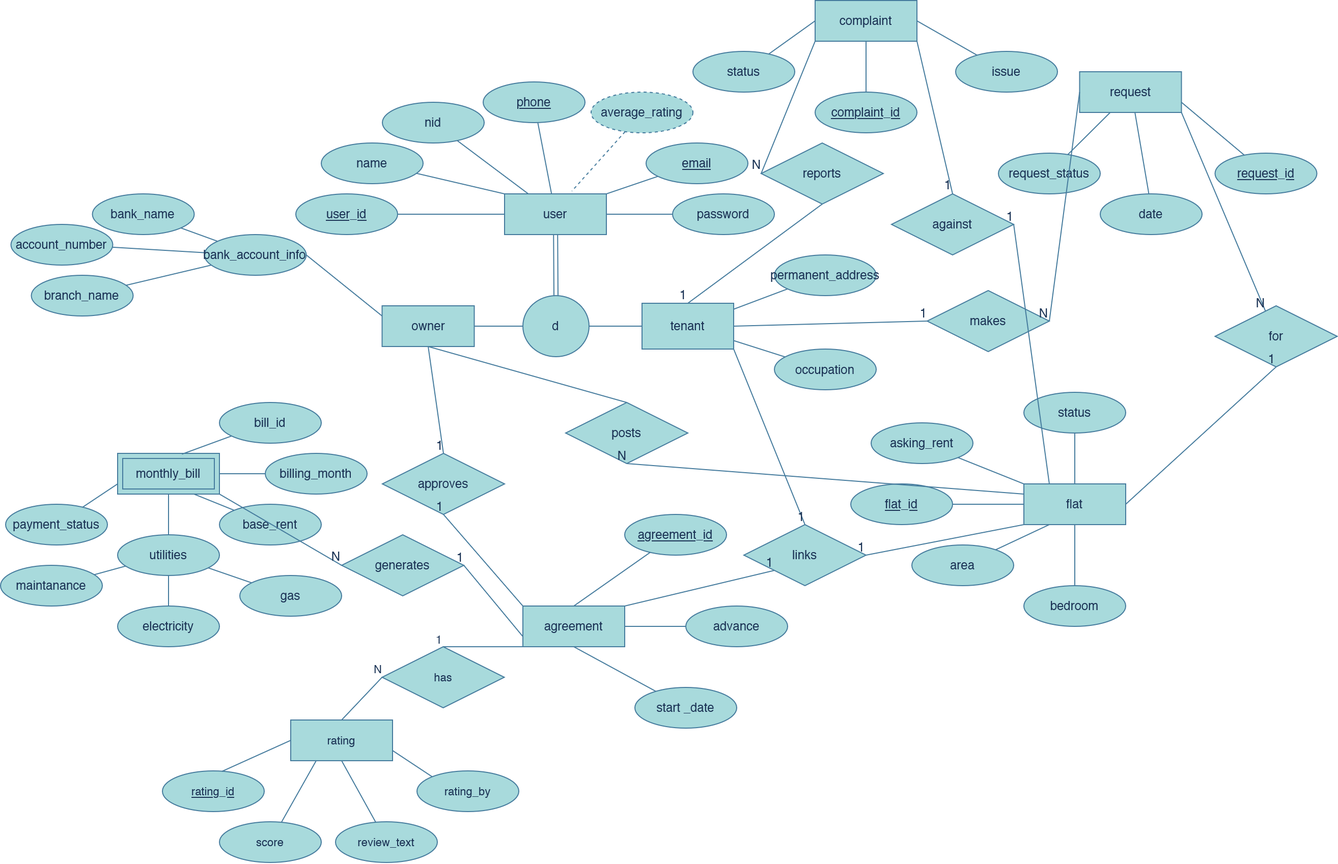
This is eer_diagram.png from bodruzzaman-bkm/House_Rent_Management_System, a draw.io export, as it was before one commit. Source tidied: cells renumbered, new cells last; positions are measured from the earlier drawing's top-left corner, leaving out a move shared by most shapes.
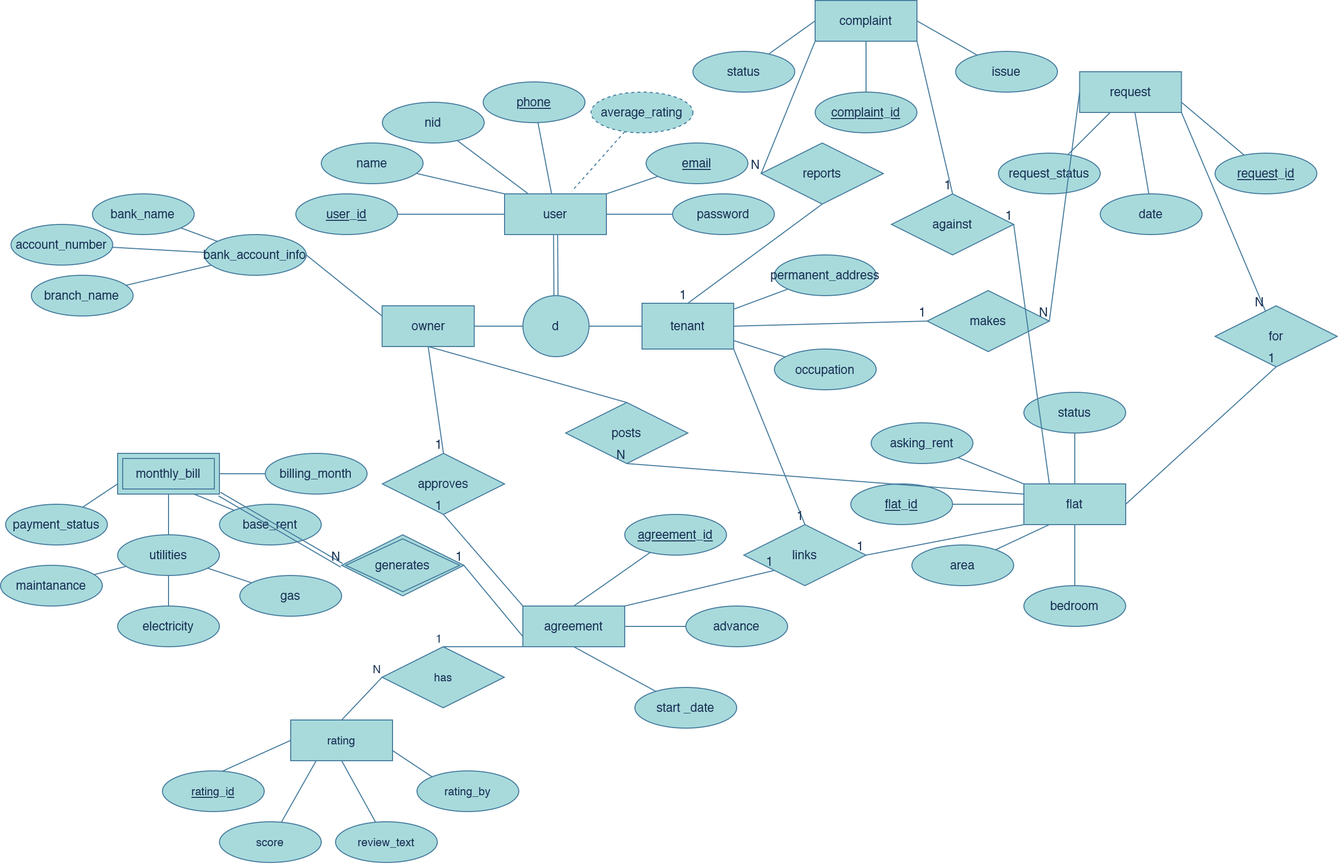
After the change.

Diff of the diagram source:
```diff
@@ -178,9 +178,6 @@
     <mxCell id="58" value="monthly_bill" style="shape=ext;margin=3;double=1;whiteSpace=wrap;html=1;align=center;rounded=0;labelBackgroundColor=none;fillColor=#A8DADC;strokeColor=#457B9D;fontColor=#1D3557;" parent="1" vertex="1">
       <mxGeometry x="115" y="445" width="100" height="40" as="geometry" />
     </mxCell>
-    <mxCell id="59" value="bill_id" style="ellipse;whiteSpace=wrap;html=1;align=center;rounded=0;labelBackgroundColor=none;fillColor=#A8DADC;strokeColor=#457B9D;fontColor=#1D3557;" parent="1" vertex="1">
-      <mxGeometry x="215" y="395" width="100" height="40" as="geometry" />
-    </mxCell>
     <mxCell id="60" style="rounded=0;jettySize=auto;html=1;entryX=1;entryY=0.5;entryDx=0;entryDy=0;endArrow=none;endFill=0;labelBackgroundColor=none;strokeColor=#457B9D;fontColor=default;" parent="1" edge="1" target="58">
       <mxGeometry relative="1" as="geometry">
         <mxPoint x="265" y="465" as="sourcePoint" />
@@ -219,9 +216,6 @@
     <mxCell id="71" value="maintanance" style="ellipse;whiteSpace=wrap;html=1;align=center;rounded=0;labelBackgroundColor=none;fillColor=#A8DADC;strokeColor=#457B9D;fontColor=#1D3557;" parent="1" vertex="1">
       <mxGeometry y="555" width="100" height="40" as="geometry" />
     </mxCell>
-    <mxCell id="72" style="rounded=0;jettySize=auto;html=1;entryX=0.632;entryY=0.019;entryDx=0;entryDy=0;entryPerimeter=0;endArrow=none;endFill=0;labelBackgroundColor=none;strokeColor=#457B9D;fontColor=default;" parent="1" edge="1" source="59" target="58">
-      <mxGeometry relative="1" as="geometry" />
-    </mxCell>
     <mxCell id="73" value="payment_status" style="ellipse;whiteSpace=wrap;html=1;align=center;rounded=0;labelBackgroundColor=none;fillColor=#A8DADC;strokeColor=#457B9D;fontColor=#1D3557;" parent="1" vertex="1">
       <mxGeometry x="5" y="495" width="100" height="40" as="geometry" />
     </mxCell>
@@ -327,17 +321,18 @@
     <mxCell id="107" value="1" style="html=1;whiteSpace=wrap;align=right;verticalAlign=bottom;rounded=0;labelBackgroundColor=none;fillColor=#A8DADC;strokeColor=#457B9D;fontColor=#1D3557;" parent="106" vertex="1">
       <mxGeometry x="1" relative="1" as="geometry" />
     </mxCell>
-    <mxCell id="108" value="generates" style="shape=rhombus;perimeter=rhombusPerimeter;whiteSpace=wrap;html=1;align=center;rounded=0;labelBackgroundColor=none;fillColor=#A8DADC;strokeColor=#457B9D;fontColor=#1D3557;" parent="1" vertex="1">
-      <mxGeometry x="335" y="525" width="120" height="60" as="geometry" />
-    </mxCell>
-    <mxCell id="109" style="endArrow=none;html=1;rounded=0;entryX=1;entryY=0.5;entryDx=0;entryDy=0;exitX=0;exitY=0.75;exitDx=0;exitDy=0;labelBackgroundColor=none;strokeColor=#457B9D;fontColor=default;" parent="1" edge="1" source="51" target="108">
-      <mxGeometry relative="1" as="geometry" />
+    <mxCell id="109" style="endArrow=none;html=1;rounded=0;entryX=1;entryY=0.5;entryDx=0;entryDy=0;exitX=0;exitY=0.75;exitDx=0;exitDy=0;labelBackgroundColor=none;strokeColor=#457B9D;fontColor=default;" parent="1" edge="1" source="51">
+      <mxGeometry relative="1" as="geometry">
+        <mxPoint x="455" y="555" as="targetPoint" />
+      </mxGeometry>
     </mxCell>
     <mxCell id="110" value="1" style="html=1;whiteSpace=wrap;align=right;verticalAlign=bottom;rounded=0;labelBackgroundColor=none;fillColor=#A8DADC;strokeColor=#457B9D;fontColor=#1D3557;" parent="109" vertex="1">
       <mxGeometry x="1" relative="1" as="geometry" />
     </mxCell>
-    <mxCell id="111" style="endArrow=none;html=1;rounded=0;entryX=0;entryY=0.5;entryDx=0;entryDy=0;exitX=1;exitY=1;exitDx=0;exitDy=0;labelBackgroundColor=none;strokeColor=#457B9D;fontColor=default;" parent="1" edge="1" source="58" target="108">
-      <mxGeometry relative="1" as="geometry" />
+    <mxCell id="111" style="endArrow=none;html=1;rounded=0;entryX=0;entryY=0.5;entryDx=0;entryDy=0;exitX=1;exitY=1;exitDx=0;exitDy=0;labelBackgroundColor=none;strokeColor=#457B9D;fontColor=default;shape=link;" parent="1" edge="1" source="58">
+      <mxGeometry relative="1" as="geometry">
+        <mxPoint x="335" y="555" as="targetPoint" />
+      </mxGeometry>
     </mxCell>
     <mxCell id="112" value="N" style="html=1;whiteSpace=wrap;align=right;verticalAlign=bottom;rounded=0;labelBackgroundColor=none;fillColor=#A8DADC;strokeColor=#457B9D;fontColor=#1D3557;" parent="111" vertex="1">
       <mxGeometry x="1" relative="1" as="geometry" />
@@ -420,5 +415,8 @@
     <mxCell id="138" value="N" style="html=1;whiteSpace=wrap;align=right;verticalAlign=bottom;fontFamily=Helvetica;fontSize=11;fontColor=#1D3557;labelBackgroundColor=none;rounded=0;fillColor=#A8DADC;strokeColor=#457B9D;" parent="137" vertex="1">
       <mxGeometry x="1" relative="1" as="geometry" />
     </mxCell>
+    <mxCell id="108" value="generates" style="shape=rhombus;double=1;perimeter=rhombusPerimeter;whiteSpace=wrap;html=1;align=center;labelBackgroundColor=none;fillColor=#A8DADC;strokeColor=#457B9D;fontColor=#1D3557;" parent="1" vertex="1">
+      <mxGeometry x="335" y="525" width="120" height="60" as="geometry" />
+    </mxCell>
   </root>
 </mxGraphModel>
```
